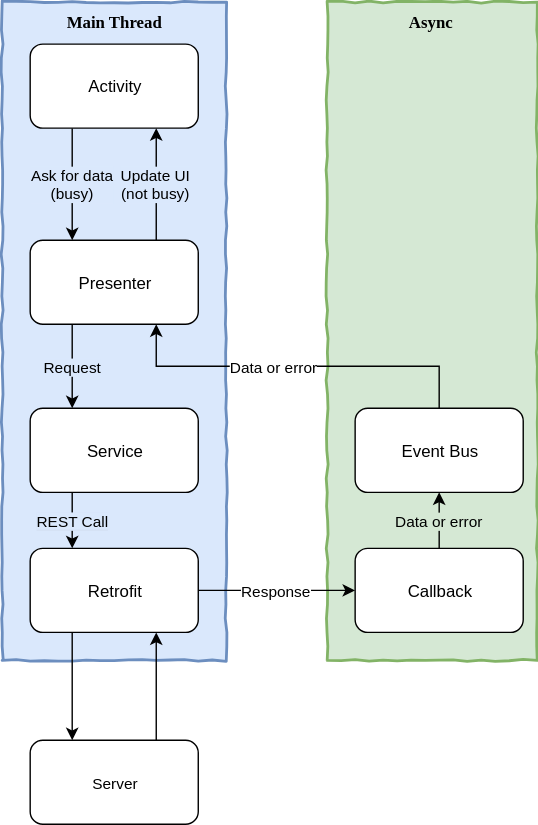
The draw.io diagram architecture.svg in acristescu/GreenfieldTemplate, before a commit. Source tidied: cells renumbered, new cells last; positions are measured from the earlier drawing's top-left corner, leaving out a move shared by most shapes.
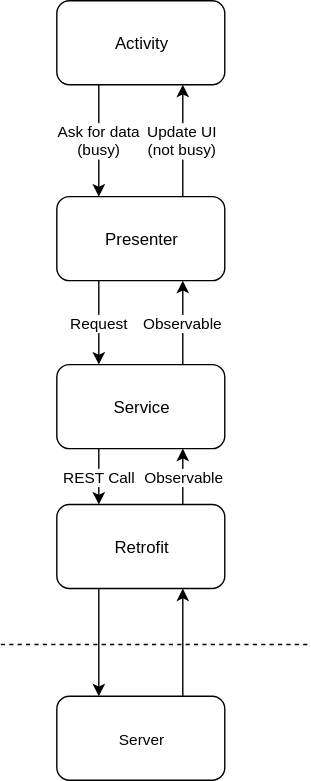
Later version of the same file.

The edit, as a diff of the source:
```diff
@@ -2,62 +2,55 @@
   <root>
     <mxCell id="0" />
     <mxCell id="1" parent="0" />
-    <mxCell id="2" value="Async" style="html=1;whiteSpace=wrap;comic=1;strokeWidth=2;fontFamily=Lucida Console;fontStyle=1;rounded=0;glass=0;fillColor=#d5e8d4;strokeColor=#82b366;verticalAlign=top;" parent="1" vertex="1">
-      <mxGeometry x="232" width="150" height="470" as="geometry" />
-    </mxCell>
-    <mxCell id="3" value="Main Thread" style="html=1;whiteSpace=wrap;comic=1;strokeWidth=2;fontFamily=Lucida Console;fontStyle=1;glass=0;rounded=0;fillColor=#dae8fc;strokeColor=#6c8ebf;verticalAlign=top;" parent="1" vertex="1">
-      <mxGeometry width="160" height="470" as="geometry" />
-    </mxCell>
-    <mxCell id="4" value="&lt;span style=&quot;background-color: rgb(218 , 232 , 252)&quot;&gt;REST Call&lt;/span&gt;" style="edgeStyle=orthogonalEdgeStyle;rounded=0;html=1;exitX=0.25;exitY=1;entryX=0.25;entryY=0;jettySize=auto;labelBackgroundColor=#D4E1F5;" parent="1" edge="1" source="5" target="11">
+    <mxCell id="4" value="REST Call" style="edgeStyle=orthogonalEdgeStyle;rounded=0;html=1;exitX=0.25;exitY=1;entryX=0.25;entryY=0;jettySize=auto;labelBackgroundColor=#ffffff;" parent="1" edge="1" source="5" target="11">
       <mxGeometry relative="1" as="geometry" />
     </mxCell>
+    <mxCell id="21" value="Observable" style="edgeStyle=orthogonalEdgeStyle;rounded=0;html=1;exitX=0.75;exitY=0;entryX=0.75;entryY=1;labelBackgroundColor=#ffffff;jettySize=auto;fontFamily=Helvetica;fontSize=11;" parent="1" edge="1" source="5" target="16">
+      <mxGeometry relative="1" as="geometry" />
+    </mxCell>
     <mxCell id="5" value="Service" style="rounded=1;whiteSpace=wrap;html=1;" parent="1" vertex="1">
       <mxGeometry x="20" y="290" width="120" height="60" as="geometry" />
     </mxCell>
-    <mxCell id="6" style="edgeStyle=orthogonalEdgeStyle;rounded=0;html=1;exitX=0.5;exitY=0;entryX=0.75;entryY=1;labelBackgroundColor=#DAE8FC;jettySize=auto;fontFamily=Lucida Console;" parent="1" edge="1" source="8" target="16">
-      <mxGeometry relative="1" as="geometry" />
-    </mxCell>
-    <mxCell id="7" value="Data or error" style="text;html=1;align=center;verticalAlign=middle;labelBackgroundColor=#ffffff;fontFamily=Helvetica;fontSize=11;" parent="6" vertex="1">
-      <mxGeometry x="0.14" relative="1" as="geometry" />
-    </mxCell>
-    <mxCell id="8" value="Event Bus" style="rounded=1;whiteSpace=wrap;html=1;" parent="1" vertex="1">
-      <mxGeometry x="252" y="290" width="120" height="60" as="geometry" />
-    </mxCell>
-    <mxCell id="9" value="Response" style="edgeStyle=orthogonalEdgeStyle;rounded=0;html=1;exitX=1;exitY=0.5;entryX=0;entryY=0.5;jettySize=auto;" parent="1" edge="1" source="11" target="18">
-      <mxGeometry relative="1" as="geometry" />
-    </mxCell>
     <mxCell id="10" style="edgeStyle=orthogonalEdgeStyle;rounded=0;html=1;exitX=0.25;exitY=1;entryX=0.25;entryY=0;labelBackgroundColor=#DAE8FC;jettySize=auto;fontFamily=Helvetica;fontSize=11;" parent="1" edge="1" source="11" target="20">
       <mxGeometry relative="1" as="geometry" />
     </mxCell>
+    <mxCell id="22" style="edgeStyle=orthogonalEdgeStyle;rounded=0;html=1;exitX=0.75;exitY=0;entryX=0.75;entryY=1;labelBackgroundColor=#DAE8FC;jettySize=auto;fontFamily=Helvetica;fontSize=11;" parent="1" edge="1" source="11" target="5">
+      <mxGeometry relative="1" as="geometry" />
+    </mxCell>
+    <mxCell id="23" value="Observable" style="text;html=1;align=center;verticalAlign=middle;labelBackgroundColor=#ffffff;fontSize=11;fontFamily=Helvetica;" parent="22" vertex="1">
+      <mxGeometry x="-0.15" y="-2" relative="1" as="geometry">
+        <mxPoint x="-2" y="-3" as="offset" />
+      </mxGeometry>
+    </mxCell>
     <mxCell id="11" value="Retrofit" style="rounded=1;whiteSpace=wrap;html=1;" parent="1" vertex="1">
       <mxGeometry x="20" y="390" width="120" height="60" as="geometry" />
     </mxCell>
-    <mxCell id="12" value="Ask for data&lt;div&gt;(busy)&lt;/div&gt;" style="edgeStyle=orthogonalEdgeStyle;rounded=0;html=1;exitX=0.25;exitY=1;entryX=0.25;entryY=0;jettySize=auto;labelBackgroundColor=#DAE8FC;" parent="1" edge="1" source="13" target="16">
+    <mxCell id="12" value="Ask for data&lt;div&gt;(busy)&lt;/div&gt;" style="edgeStyle=orthogonalEdgeStyle;rounded=0;html=1;exitX=0.25;exitY=1;entryX=0.25;entryY=0;jettySize=auto;labelBackgroundColor=#ffffff;" parent="1" edge="1" source="13" target="16">
       <mxGeometry relative="1" as="geometry" />
     </mxCell>
     <mxCell id="13" value="Activity" style="rounded=1;whiteSpace=wrap;html=1;" parent="1" vertex="1">
       <mxGeometry x="20" y="30" width="120" height="60" as="geometry" />
     </mxCell>
-    <mxCell id="14" value="Request" style="edgeStyle=orthogonalEdgeStyle;rounded=0;html=1;exitX=0.25;exitY=1;entryX=0.25;entryY=0;jettySize=auto;labelBackgroundColor=#DAE8FC;" parent="1" edge="1" source="16" target="5">
+    <mxCell id="14" value="Request" style="edgeStyle=orthogonalEdgeStyle;rounded=0;html=1;exitX=0.25;exitY=1;entryX=0.25;entryY=0;jettySize=auto;labelBackgroundColor=#ffffff;" parent="1" edge="1" source="16" target="5">
       <mxGeometry relative="1" as="geometry" />
     </mxCell>
-    <mxCell id="15" value="Update UI&lt;br&gt;(not busy)" style="edgeStyle=orthogonalEdgeStyle;rounded=0;html=1;exitX=0.75;exitY=0;entryX=0.75;entryY=1;jettySize=auto;labelBorderColor=none;labelBackgroundColor=#DAE8FC;" parent="1" edge="1" source="16" target="13">
+    <mxCell id="15" value="Update UI&lt;br&gt;(not busy)" style="edgeStyle=orthogonalEdgeStyle;rounded=0;html=1;exitX=0.75;exitY=0;entryX=0.75;entryY=1;jettySize=auto;labelBorderColor=none;labelBackgroundColor=#ffffff;" parent="1" edge="1" source="16" target="13">
       <mxGeometry relative="1" as="geometry" />
     </mxCell>
     <mxCell id="16" value="Presenter" style="rounded=1;whiteSpace=wrap;html=1;" parent="1" vertex="1">
       <mxGeometry x="20" y="170" width="120" height="60" as="geometry" />
     </mxCell>
-    <mxCell id="17" value="Data or error" style="edgeStyle=orthogonalEdgeStyle;rounded=0;html=1;exitX=0.5;exitY=0;entryX=0.5;entryY=1;jettySize=auto;labelBackgroundColor=#D5E8D4;" parent="1" edge="1" source="18" target="8">
-      <mxGeometry relative="1" as="geometry" />
-    </mxCell>
-    <mxCell id="18" value="Callback" style="rounded=1;whiteSpace=wrap;html=1;" parent="1" vertex="1">
-      <mxGeometry x="252" y="390" width="120" height="60" as="geometry" />
-    </mxCell>
     <mxCell id="19" style="edgeStyle=orthogonalEdgeStyle;rounded=0;html=1;exitX=0.75;exitY=0;entryX=0.75;entryY=1;labelBackgroundColor=#DAE8FC;jettySize=auto;fontFamily=Helvetica;fontSize=11;" parent="1" edge="1" source="20" target="11">
       <mxGeometry relative="1" as="geometry" />
     </mxCell>
     <mxCell id="20" value="Server" style="rounded=1;whiteSpace=wrap;html=1;glass=0;comic=0;fontFamily=Helvetica;fontSize=11;shadow=0;" parent="1" vertex="1">
       <mxGeometry x="20" y="527" width="120" height="60" as="geometry" />
     </mxCell>
+    <mxCell id="24" style="endArrow=none;dashed=1;html=1;labelBackgroundColor=#ffffff;fontFamily=Helvetica;fontSize=11;" parent="1" edge="1">
+      <mxGeometry relative="1" as="geometry">
+        <mxPoint x="-20" y="490" as="sourcePoint" />
+        <mxPoint x="200" y="490" as="targetPoint" />
+      </mxGeometry>
+    </mxCell>
   </root>
 </mxGraphModel>
```
